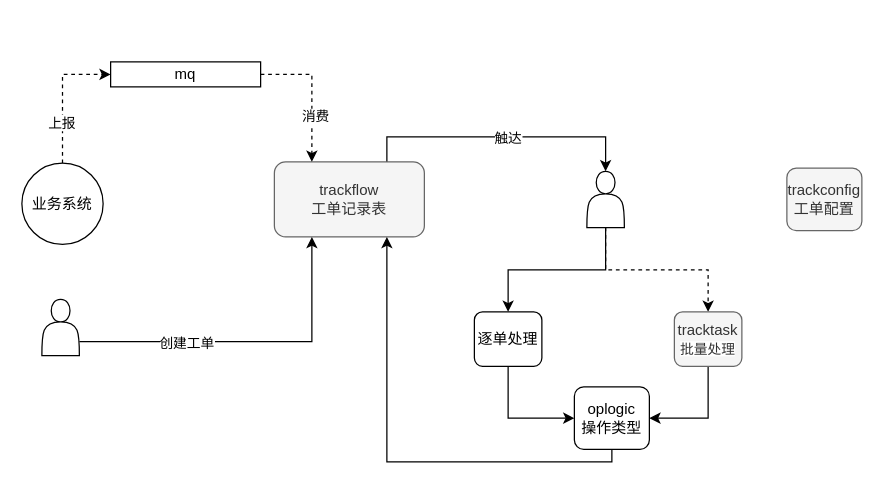
Earlier version of the draw.io diagram 工单系统.drawio (axtrur/resource). Source tidied: cells renumbered, new cells numbered last; positions are measured from the earlier drawing's top-left corner, leaving out a move shared by most shapes. Both pictures are drawn from the tidied source at 125%, with x=0, y=0 at pixel (21, 61).
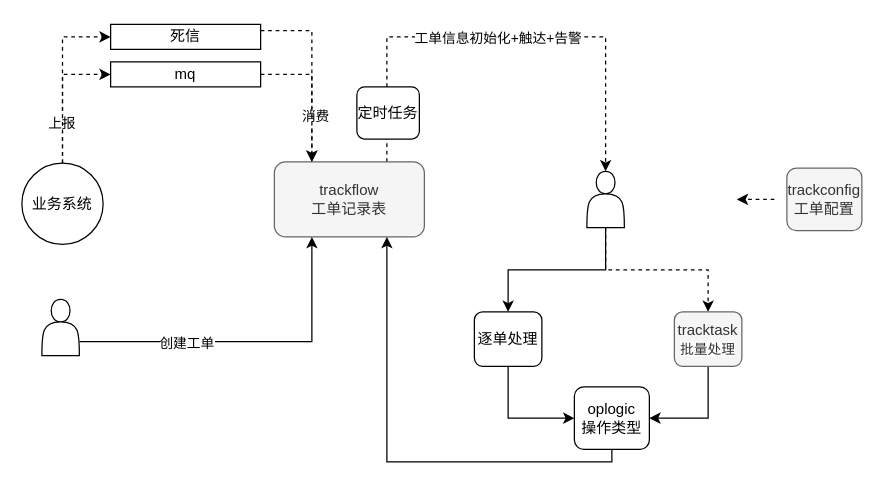
The same page after the edit.

Commit message (it also covers changes not shown here):
更新工单系统.drawio

The change refers to these unchanged cells:
```xml
<mxCell id="4" value="trackflow&lt;br&gt;工单记录表" style="rounded=1;whiteSpace=wrap;html=1;fillColor=#f5f5f5;fontColor=#333333;strokeColor=#666666;" parent="1" vertex="1">
  <mxGeometry x="202" y="80" width="120" height="60" as="geometry" />
</mxCell>
<mxCell id="7" value="业务系统" style="ellipse;whiteSpace=wrap;html=1;" parent="1" vertex="1">
  <mxGeometry y="81" width="65" height="65" as="geometry" />
</mxCell>
<mxCell id="16" style="shape=actor;whiteSpace=wrap;html=1;" parent="1" vertex="1">
  <mxGeometry x="452" y="87.5" width="30" height="45" as="geometry" />
</mxCell>
```

What changed in the source:
```diff
@@
-    <mxCell id="2" style="edgeStyle=orthogonalEdgeStyle;rounded=0;jettySize=auto;html=1;exitX=0.75;exitY=0;exitDx=0;exitDy=0;entryX=0.5;entryY=0;entryDx=0;entryDy=0;" parent="1" edge="1" source="4" target="16">
-      <mxGeometry relative="1" as="geometry" />
+    <mxCell id="2" style="edgeStyle=orthogonalEdgeStyle;rounded=0;jettySize=auto;html=1;exitX=0.75;exitY=0;exitDx=0;exitDy=0;entryX=0.5;entryY=0;entryDx=0;entryDy=0;dashed=1;strokeColor=default;" parent="1" edge="1" source="4" target="16">
+      <mxGeometry relative="1" as="geometry">
+        <Array as="points">
+          <mxPoint x="292" y="-20" />
+          <mxPoint x="467" y="-20" />
+        </Array>
+      </mxGeometry>
     </mxCell>
-    <mxCell id="3" value="触达" style="edgeLabel;html=1;align=center;verticalAlign=middle;" parent="2" vertex="1">
-      <mxGeometry x="0.04" relative="1" as="geometry" />
-    </mxCell>
+    <mxCell id="24" value="工单信息初始化+触达+告警" style="edgeLabel;html=1;align=center;verticalAlign=middle;" parent="2" vertex="1">
+      <mxGeometry x="-0.22" y="1" relative="1" as="geometry">
+        <mxPoint x="39" y="1" as="offset" />
+      </mxGeometry>
+    </mxCell>
@@
+    <mxCell id="25" style="edgeStyle=orthogonalEdgeStyle;rounded=0;jettySize=auto;html=1;exitX=0.5;exitY=0;exitDx=0;exitDy=0;entryX=0;entryY=0.5;entryDx=0;entryDy=0;dashed=1;strokeColor=default;" parent="1" edge="1" source="7" target="27">
+      <mxGeometry relative="1" as="geometry" />
+    </mxCell>
@@
+    <mxCell id="26" style="edgeStyle=orthogonalEdgeStyle;rounded=0;jettySize=auto;html=1;exitX=1;exitY=0.25;exitDx=0;exitDy=0;entryX=0.25;entryY=0;entryDx=0;entryDy=0;strokeColor=default;dashed=1;" parent="1" edge="1" source="27" target="4">
+      <mxGeometry relative="1" as="geometry" />
+    </mxCell>
+    <mxCell id="27" value="死信" style="rounded=0;whiteSpace=wrap;html=1;" parent="1" vertex="1">
+      <mxGeometry x="71" y="-30" width="120" height="20" as="geometry" />
+    </mxCell>
+    <mxCell id="28" style="endArrow=classic;html=1;rounded=0;dashed=1;strokeColor=default;" parent="1" edge="1">
+      <mxGeometry relative="1" as="geometry">
+        <mxPoint x="602" y="110" as="sourcePoint" />
+        <mxPoint x="572" y="110" as="targetPoint" />
+      </mxGeometry>
+    </mxCell>
+    <mxCell id="29" value="定时任务" style="rounded=1;whiteSpace=wrap;html=1;" parent="1" vertex="1">
+      <mxGeometry x="268" y="20" width="50" height="41.7" as="geometry" />
+    </mxCell>
```
